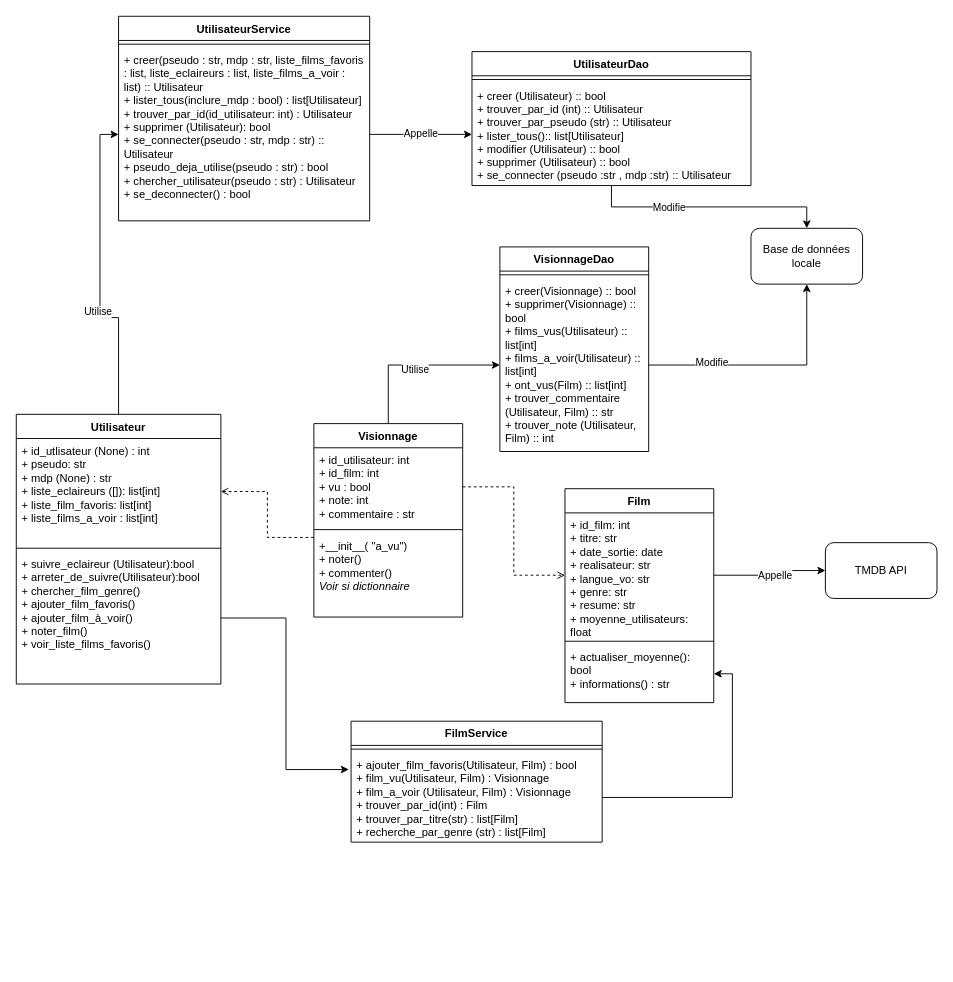
Before: doc/Diagramme de classes - Projet info .drawio in leolrl/Projet2A, a draw.io diagram. Source tidied: cells renumbered, new cells numbered last; positions are measured from the earlier drawing's top-left corner, leaving out a move shared by most shapes. Both pictures are drawn from the tidied source at 93%, with x=0, y=0 at pixel (16, 16).
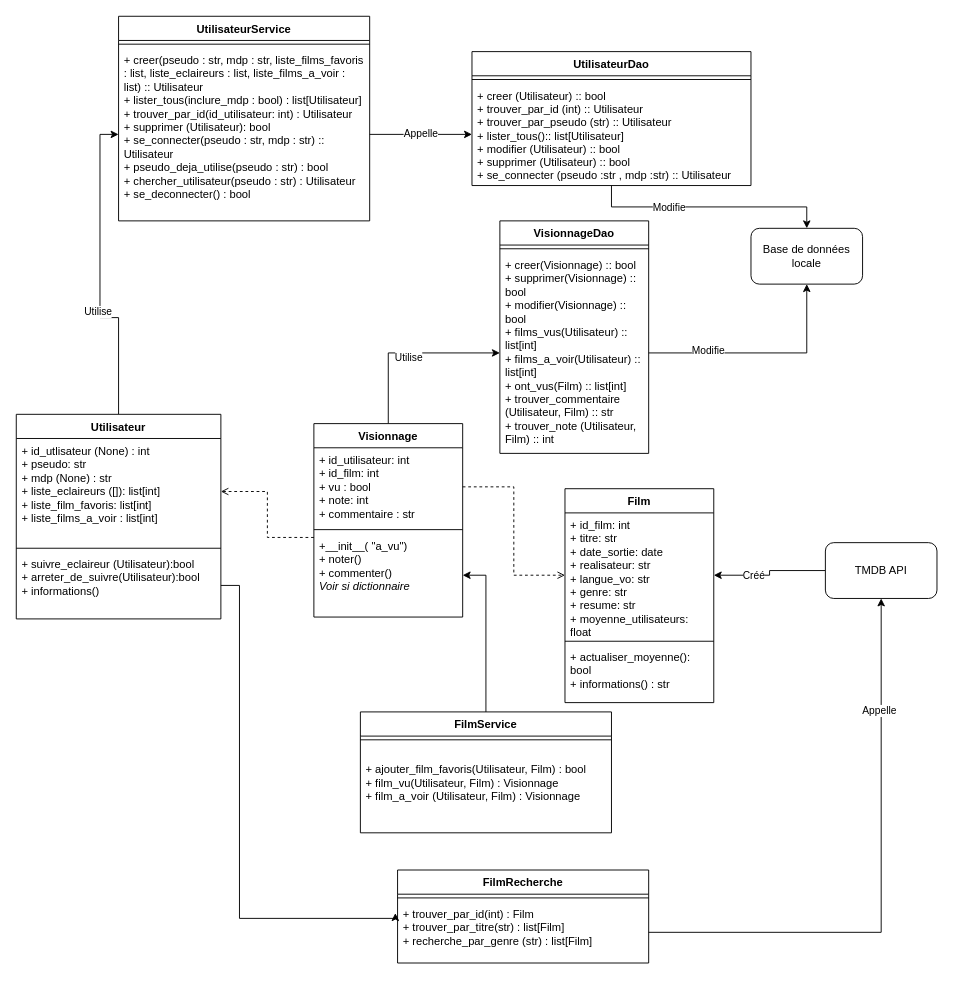
After the change.

Commit message:
Mettre à jour Diagramme de classes - Projet info .drawio

Unchanged cells that the change refers to:
```xml
<mxCell id="9" value="+ id_film: int&lt;div&gt;+ titre: str&lt;br&gt;&lt;div&gt;+ date_sortie: date&amp;nbsp;&lt;/div&gt;&lt;div&gt;+ realisateur: str&lt;/div&gt;&lt;div&gt;+ langue_vo: str&lt;/div&gt;&lt;div&gt;+ genre: str&lt;/div&gt;&lt;div&gt;+ resume: str&lt;/div&gt;&lt;div&gt;+ moyenne_utilisateurs: float&lt;/div&gt;&lt;/div&gt;" style="text;strokeColor=none;fillColor=none;align=left;verticalAlign=top;spacingLeft=4;spacingRight=4;overflow=hidden;points=[[0,0.5],[1,0.5]];portConstraint=eastwest;whiteSpace=wrap;html=1;" parent="8" vertex="1">
  <mxGeometry y="26" width="160" height="134" as="geometry" />
</mxCell>
<mxCell id="11" value="&lt;div&gt;+ actualiser_moyenne(): bool&lt;/div&gt;&lt;div&gt;+ informations() : str&amp;nbsp;&lt;/div&gt;" style="text;strokeColor=none;fillColor=none;align=left;verticalAlign=top;spacingLeft=4;spacingRight=4;overflow=hidden;points=[[0,0.5],[1,0.5]];portConstraint=eastwest;whiteSpace=wrap;html=1;" parent="8" vertex="1">
  <mxGeometry y="168" width="160" height="62" as="geometry" />
</mxCell>
<mxCell id="17" value="&lt;div&gt;+__init__( &quot;a_vu&quot;)&lt;br&gt;&lt;/div&gt;+ noter()&lt;div&gt;+ commenter()&lt;br&gt;&lt;div&gt;&lt;i&gt;Voir si dictionnaire&lt;/i&gt;&lt;/div&gt;&lt;/div&gt;" style="text;strokeColor=none;fillColor=none;align=left;verticalAlign=top;spacingLeft=4;spacingRight=4;overflow=hidden;points=[[0,0.5],[1,0.5]];portConstraint=eastwest;whiteSpace=wrap;html=1;" parent="14" vertex="1">
  <mxGeometry y="118" width="160" height="90" as="geometry" />
</mxCell>
<mxCell id="37" value="TMDB API" style="rounded=1;whiteSpace=wrap;html=1;" parent="1" vertex="1">
  <mxGeometry x="870" y="566" width="120" height="60" as="geometry" />
</mxCell>
```

What changed in the source:
```diff
@@
     <mxCell id="4" value="Utilisateur" style="swimlane;fontStyle=1;align=center;verticalAlign=top;horizontal=1;startSize=26;whiteSpace=wrap;html=1;" parent="1" vertex="1">
-      <mxGeometry y="428" width="220" height="290" as="geometry" />
+      <mxGeometry y="428" width="220" height="220" as="geometry" />
     </mxCell>
@@
-    <mxCell id="7" value="&lt;div&gt;&lt;span style=&quot;background-color: initial;&quot;&gt;+ suivre_eclaireur (Utilisateur):bool&lt;/span&gt;&lt;br&gt;&lt;/div&gt;&lt;div&gt;+ arreter_de_suivre(Utilisateur):bool&lt;/div&gt;&lt;div&gt;&lt;div&gt;+ chercher_film_genre()&lt;/div&gt;&lt;div&gt;+ ajouter_film_favoris()&lt;/div&gt;&lt;div&gt;+ ajouter_film_à_voir()&lt;/div&gt;&lt;div&gt;+ noter_film()&lt;/div&gt;&lt;/div&gt;&lt;div&gt;+ voir_liste_films_favoris()&lt;/div&gt;" style="text;strokeColor=none;fillColor=none;align=left;verticalAlign=top;spacingLeft=4;spacingRight=4;overflow=hidden;points=[[0,0.5],[1,0.5]];portConstraint=eastwest;whiteSpace=wrap;html=1;" parent="4" vertex="1">
-      <mxGeometry y="148" width="220" height="142" as="geometry" />
+    <mxCell id="7" value="&lt;div&gt;&lt;span style=&quot;background-color: initial;&quot;&gt;+ suivre_eclaireur (Utilisateur):bool&lt;/span&gt;&lt;br&gt;&lt;/div&gt;&lt;div&gt;+ arreter_de_suivre(Utilisateur):bool&lt;/div&gt;&lt;div&gt;+ informations()&lt;/div&gt;" style="text;strokeColor=none;fillColor=none;align=left;verticalAlign=top;spacingLeft=4;spacingRight=4;overflow=hidden;points=[[0,0.5],[1,0.5]];portConstraint=eastwest;whiteSpace=wrap;html=1;" parent="4" vertex="1">
+      <mxGeometry y="148" width="220" height="72" as="geometry" />
     </mxCell>
@@
-    <mxCell id="31" value="FilmService" style="swimlane;fontStyle=1;align=center;verticalAlign=top;horizontal=1;startSize=26;whiteSpace=wrap;html=1;" parent="1" vertex="1">
-      <mxGeometry x="360" y="758" width="270" height="130" as="geometry" />
+    <mxCell id="31" value="FilmRecherche" style="swimlane;fontStyle=1;align=center;verticalAlign=top;horizontal=1;startSize=26;whiteSpace=wrap;html=1;" parent="1" vertex="1">
+      <mxGeometry x="410" y="918" width="270" height="100" as="geometry" />
     </mxCell>
@@
-    <mxCell id="33" value="+ ajouter_film_favoris(Utilisateur, Film) : bool&lt;div&gt;+ film_vu(Utilisateur, Film) : Visionnage&lt;/div&gt;&lt;div&gt;+ film_a_voir (Utilisateur, Film) : Visionnage&lt;br&gt;&lt;div&gt;&lt;div&gt;&lt;span style=&quot;background-color: initial;&quot;&gt;+ trouver_par_id(int) : Film&lt;/span&gt;&lt;/div&gt;&lt;div&gt;&lt;span style=&quot;background-color: initial;&quot;&gt;+ trouver_par_titre(str) : list[Film]&lt;/span&gt;&lt;/div&gt;&lt;div&gt;+ recherche_par_genre (str) : list[Film]&lt;/div&gt;&lt;div&gt;&lt;br&gt;&lt;/div&gt;&lt;/div&gt;&lt;/div&gt;" style="text;strokeColor=none;fillColor=none;align=left;verticalAlign=top;spacingLeft=4;spacingRight=4;overflow=hidden;points=[[0,0.5],[1,0.5]];portConstraint=eastwest;whiteSpace=wrap;html=1;" parent="31" vertex="1">
-      <mxGeometry y="34" width="270" height="96" as="geometry" />
+    <mxCell id="33" value="&lt;div&gt;&lt;span style=&quot;background-color: initial;&quot;&gt;+ trouver_par_id(int) : Film&lt;/span&gt;&lt;/div&gt;&lt;div&gt;&lt;span style=&quot;background-color: initial;&quot;&gt;+ trouver_par_titre(str) : list[Film]&lt;/span&gt;&lt;/div&gt;&lt;div&gt;+ recherche_par_genre (str) : list[Film]&lt;/div&gt;&lt;div&gt;&lt;br&gt;&lt;/div&gt;" style="text;strokeColor=none;fillColor=none;align=left;verticalAlign=top;spacingLeft=4;spacingRight=4;overflow=hidden;points=[[0,0.5],[1,0.5]];portConstraint=eastwest;whiteSpace=wrap;html=1;" parent="31" vertex="1">
+      <mxGeometry y="34" width="270" height="66" as="geometry" />
     </mxCell>
     <mxCell id="34" value="VisionnageDao" style="swimlane;fontStyle=1;align=center;verticalAlign=top;horizontal=1;startSize=26;whiteSpace=wrap;html=1;" parent="1" vertex="1">
-      <mxGeometry x="520" y="248" width="160" height="220" as="geometry" />
+      <mxGeometry x="520" y="220" width="160" height="250" as="geometry" />
     </mxCell>
@@
-    <mxCell id="36" value="+ creer(Visionnage) :: bool&lt;div&gt;+ supprimer(Visionnage) :: bool&amp;nbsp;&amp;nbsp;&lt;div&gt;+ films_vus(Utilisateur) :: list[int]&lt;/div&gt;&lt;div&gt;+ films_a_voir(Utilisateur) :: list[int]&lt;/div&gt;&lt;div&gt;+ ont_vus(Film) :: list[int]&lt;/div&gt;&lt;/div&gt;&lt;div&gt;+ trouver_commentaire (Utilisateur, Film) :: str&amp;nbsp;&lt;/div&gt;&lt;div&gt;+ trouver_note (Utilisateur, Film) :: int&lt;/div&gt;" style="text;strokeColor=none;fillColor=none;align=left;verticalAlign=top;spacingLeft=4;spacingRight=4;overflow=hidden;points=[[0,0.5],[1,0.5]];portConstraint=eastwest;whiteSpace=wrap;html=1;" parent="34" vertex="1">
-      <mxGeometry y="34" width="160" height="186" as="geometry" />
+    <mxCell id="36" value="+ creer(Visionnage) :: bool&lt;div&gt;+ supprimer(Visionnage) :: bool&amp;nbsp;&amp;nbsp;&lt;/div&gt;&lt;div&gt;+ modifier(Visionnage) :: bool&lt;br&gt;&lt;div&gt;+ films_vus(Utilisateur) :: list[int]&lt;/div&gt;&lt;div&gt;+ films_a_voir(Utilisateur) :: list[int]&lt;/div&gt;&lt;div&gt;+ ont_vus(Film) :: list[int]&lt;/div&gt;&lt;/div&gt;&lt;div&gt;+ trouver_commentaire (Utilisateur, Film) :: str&amp;nbsp;&lt;/div&gt;&lt;div&gt;+ trouver_note (Utilisateur, Film) :: int&lt;/div&gt;" style="text;strokeColor=none;fillColor=none;align=left;verticalAlign=top;spacingLeft=4;spacingRight=4;overflow=hidden;points=[[0,0.5],[1,0.5]];portConstraint=eastwest;whiteSpace=wrap;html=1;" parent="34" vertex="1">
+      <mxGeometry y="34" width="160" height="216" as="geometry" />
     </mxCell>
+    <mxCell id="44" style="edgeStyle=orthogonalEdgeStyle;rounded=0;jettySize=auto;html=1;exitX=0;exitY=0.5;exitDx=0;exitDy=0;entryX=1;entryY=0.5;entryDx=0;entryDy=0;" parent="1" edge="1" source="37" target="9">
+      <mxGeometry relative="1" as="geometry" />
+    </mxCell>
+    <mxCell id="45" value="Créé" style="edgeLabel;html=1;align=center;verticalAlign=middle;" parent="44" vertex="1">
+      <mxGeometry x="0.33" relative="1" as="geometry" />
+    </mxCell>
@@
-    <mxCell id="38" style="edgeStyle=orthogonalEdgeStyle;rounded=0;jettySize=auto;html=1;exitX=1;exitY=0.5;exitDx=0;exitDy=0;" parent="1" edge="1" source="9" target="37">
-      <mxGeometry relative="1" as="geometry" />
-    </mxCell>
-    <mxCell id="39" value="Appelle" style="edgeLabel;html=1;align=center;verticalAlign=middle;" parent="38" vertex="1">
-      <mxGeometry x="0.12" y="-5" relative="1" as="geometry" />
-    </mxCell>
@@
     <mxCell id="42" style="edgeStyle=orthogonalEdgeStyle;rounded=0;jettySize=auto;html=1;exitX=1;exitY=0.5;exitDx=0;exitDy=0;entryX=-0.009;entryY=0.187;entryDx=0;entryDy=0;entryPerimeter=0;" parent="1" edge="1" source="7" target="33">
-      <mxGeometry relative="1" as="geometry" />
+      <mxGeometry relative="1" as="geometry">
+        <Array as="points">
+          <mxPoint x="240" y="612" />
+          <mxPoint x="240" y="970" />
+        </Array>
+      </mxGeometry>
     </mxCell>
-    <mxCell id="43" style="edgeStyle=orthogonalEdgeStyle;rounded=0;jettySize=auto;html=1;exitX=1;exitY=0.5;exitDx=0;exitDy=0;entryX=1;entryY=0.5;entryDx=0;entryDy=0;" parent="1" edge="1" source="33" target="11">
-      <mxGeometry relative="1" as="geometry" />
-    </mxCell>
+    <mxCell id="46" style="edgeStyle=orthogonalEdgeStyle;rounded=0;jettySize=auto;html=1;exitX=0.5;exitY=0;exitDx=0;exitDy=0;entryX=1;entryY=0.5;entryDx=0;entryDy=0;" parent="1" edge="1" source="47" target="17">
+      <mxGeometry relative="1" as="geometry" />
+    </mxCell>
+    <mxCell id="47" value="FilmService" style="swimlane;fontStyle=1;align=center;verticalAlign=top;horizontal=1;startSize=26;whiteSpace=wrap;html=1;" parent="1" vertex="1">
+      <mxGeometry x="370" y="748" width="270" height="130" as="geometry" />
+    </mxCell>
+    <mxCell id="48" style="line;strokeWidth=1;fillColor=none;align=left;verticalAlign=middle;spacingTop=-1;spacingLeft=3;spacingRight=3;labelPosition=right;strokeColor=inherit;" parent="47" vertex="1">
+      <mxGeometry y="26" width="270" height="8" as="geometry" />
+    </mxCell>
+    <mxCell id="49" value="&lt;div&gt;&lt;div&gt;&lt;br&gt;&lt;/div&gt;&lt;div&gt;+ ajouter_film_favoris(Utilisateur, Film) : bool&lt;div&gt;+ film_vu(Utilisateur, Film) : Visionnage&lt;/div&gt;&lt;div&gt;+ film_a_voir (Utilisateur, Film) : Visionnage&lt;/div&gt;&lt;/div&gt;&lt;div&gt;&lt;br&gt;&lt;/div&gt;&lt;/div&gt;" style="text;strokeColor=none;fillColor=none;align=left;verticalAlign=top;spacingLeft=4;spacingRight=4;overflow=hidden;whiteSpace=wrap;html=1;" parent="47" vertex="1">
+      <mxGeometry y="34" width="270" height="96" as="geometry" />
+    </mxCell>
+    <mxCell id="50" style="edgeStyle=orthogonalEdgeStyle;rounded=0;jettySize=auto;html=1;exitX=1;exitY=0.5;exitDx=0;exitDy=0;entryX=0.5;entryY=1;entryDx=0;entryDy=0;" parent="1" edge="1" source="33" target="37">
+      <mxGeometry relative="1" as="geometry" />
+    </mxCell>
+    <mxCell id="39" value="Appelle" style="edgeLabel;html=1;align=center;verticalAlign=middle;" parent="50" vertex="1">
+      <mxGeometry x="0.61" y="3" relative="1" as="geometry">
+        <mxPoint y="1" as="offset" />
+      </mxGeometry>
+    </mxCell>
```
